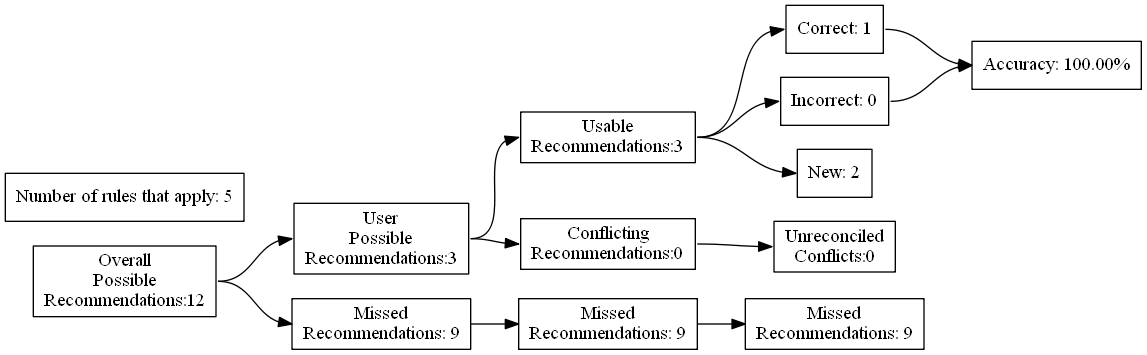
Above: test_renders/9.gv.png in ZaxR/ibd_diet_analysis (Graphviz), before the change. Its source is kept beside it as test_renders/9.gv.
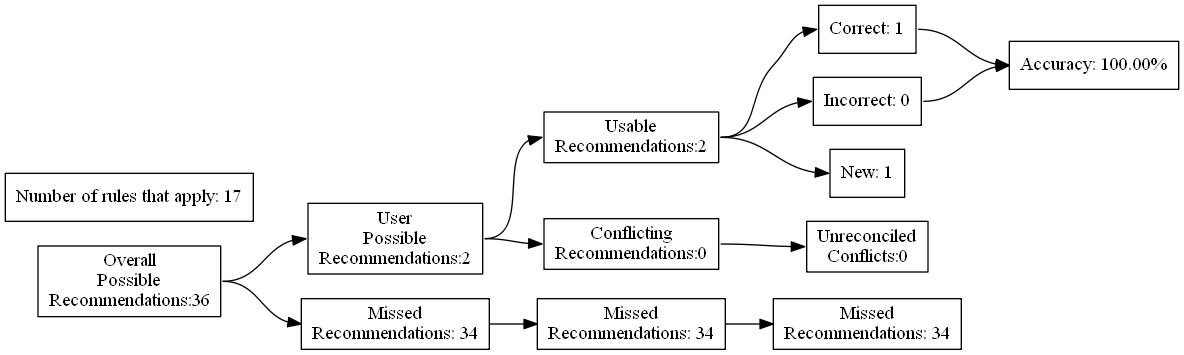
Above is the later version.

What changed in the source:
```diff
@@ -4,27 +4,27 @@
 	edge [headport=w tailport=e]
 		A [label="Overall
 Possible
-Recommendations:12"]
+Recommendations:36"]
 		B [label="User
 Possible
-Recommendations:3"]
+Recommendations:2"]
 		C [label="Missed
-Recommendations: 9"]
+Recommendations: 34"]
 		D [label="Usable
-Recommendations:3"]
+Recommendations:2"]
 		E [label="Conflicting
 Recommendations:0"]
 		J [label="Missed
-Recommendations: 9"]
+Recommendations: 34"]
 		M [label="Unreconciled
 Conflicts:0"]
 		F [label="Correct: 1"]
 		G [label="Incorrect: 0"]
-		H [label="New: 2"]
+		H [label="New: 1"]
 		K [label="Missed
-Recommendations: 9"]
+Recommendations: 34"]
 		I [label="Accuracy: 100.00%"]
-		l [label="Number of rules that apply: 5"]
+		l [label="Number of rules that apply: 17"]
 			A -> B
 			A -> C
 			B -> D
```
